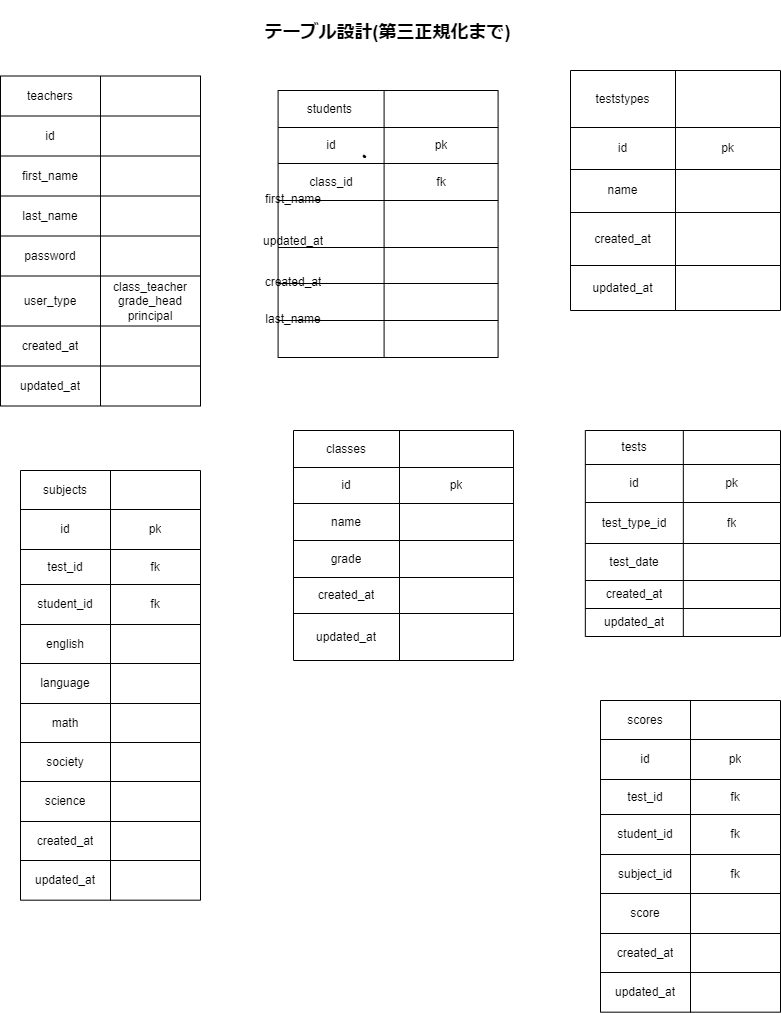
This is DB.drawio.png from Kroro1208/grade-management-app, a draw.io export, as it was before one commit. Source tidied: cells renumbered, new cells last; positions are measured from the earlier drawing's top-left corner, leaving out a move shared by most shapes.
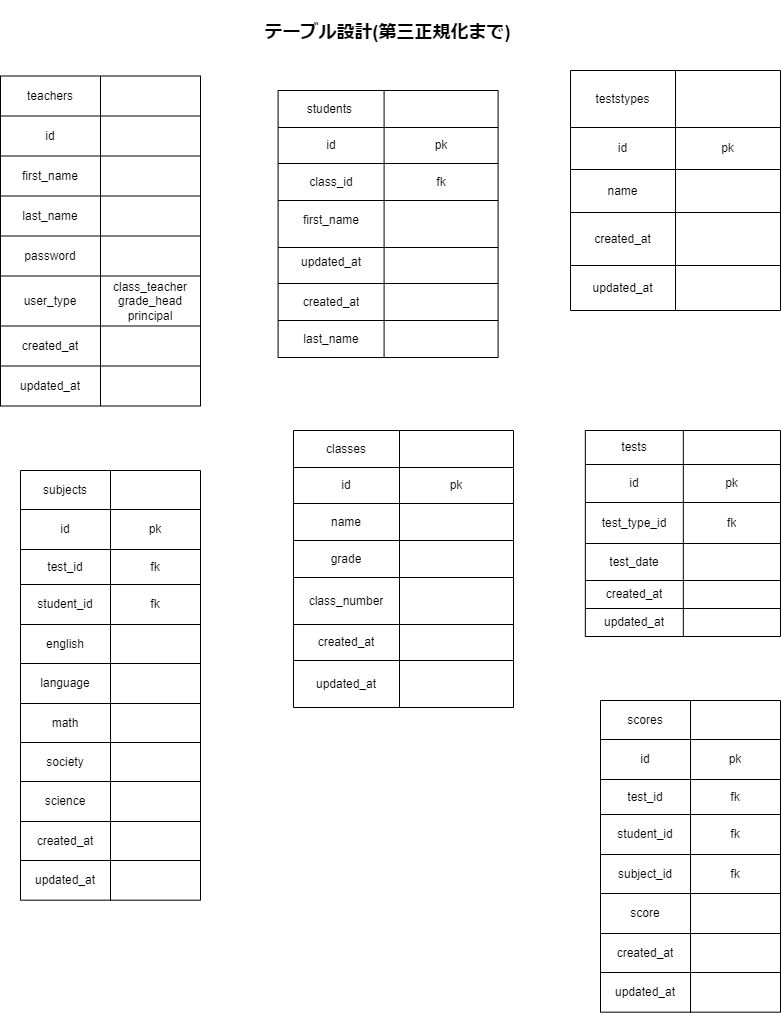
Later version of the same file.

What changed in the source:
```diff
@@ -125,9 +125,6 @@
     <mxCell id="42" style="shape=partialRectangle;html=1;whiteSpace=wrap;overflow=hidden;fillColor=none;top=0;left=0;bottom=0;right=0;" parent="40" vertex="1">
       <mxGeometry x="98" width="97" height="28" as="geometry" />
     </mxCell>
-    <mxCell id="43" style="shape=(stored shape, 640 characters);lineShape=1;" parent="1" vertex="1">
-      <mxGeometry x="362.7" y="154.5" width="2.5" height="2.5" as="geometry" />
-    </mxCell>
     <mxCell id="44" style="shape=table;startSize=0;" parent="1" vertex="1">
       <mxGeometry x="570" y="70" width="210" height="240" as="geometry" />
     </mxCell>
@@ -357,7 +354,7 @@
       <mxGeometry x="100" width="100" height="40" as="geometry" />
     </mxCell>
     <mxCell id="120" style="shape=table;startSize=0;" parent="1" vertex="1">
-      <mxGeometry x="293" y="430" width="220" height="230" as="geometry" />
+      <mxGeometry x="293" y="430" width="220" height="277" as="geometry" />
     </mxCell>
     <mxCell id="121" style="shape=tableRow;horizontal=0;startSize=0;swimlaneHead=0;swimlaneBody=0;top=0;left=0;bottom=0;right=0;fillColor=none;" parent="120" vertex="1">
       <mxGeometry width="220" height="37" as="geometry" />
@@ -395,8 +392,17 @@
     <mxCell id="132" style="shape=partialRectangle;html=1;whiteSpace=wrap;overflow=hidden;fillColor=none;top=0;left=0;bottom=0;right=0;" parent="130" vertex="1">
       <mxGeometry x="106" width="114" height="37" as="geometry" />
     </mxCell>
+    <mxCell id="172" style="shape=tableRow;horizontal=0;startSize=0;swimlaneHead=0;swimlaneBody=0;top=0;left=0;bottom=0;right=0;fillColor=none;" parent="120" vertex="1">
+      <mxGeometry y="147" width="220" height="47" as="geometry" />
+    </mxCell>
+    <mxCell id="173" value="class_number" style="shape=partialRectangle;html=1;whiteSpace=wrap;overflow=hidden;fillColor=none;top=0;left=0;bottom=0;right=0;" parent="172" vertex="1">
+      <mxGeometry width="106" height="47" as="geometry" />
+    </mxCell>
+    <mxCell id="174" style="shape=partialRectangle;html=1;whiteSpace=wrap;overflow=hidden;fillColor=none;top=0;left=0;bottom=0;right=0;" parent="172" vertex="1">
+      <mxGeometry x="106" width="114" height="47" as="geometry" />
+    </mxCell>
     <mxCell id="133" style="shape=tableRow;horizontal=0;startSize=0;swimlaneHead=0;swimlaneBody=0;top=0;left=0;bottom=0;right=0;fillColor=none;" parent="120" vertex="1">
-      <mxGeometry y="147" width="220" height="36" as="geometry" />
+      <mxGeometry y="194" width="220" height="36" as="geometry" />
     </mxCell>
     <mxCell id="134" value="created_at" style="shape=partialRectangle;html=1;whiteSpace=wrap;overflow=hidden;fillColor=none;top=0;left=0;bottom=0;right=0;" parent="133" vertex="1">
       <mxGeometry width="106" height="36" as="geometry" />
@@ -405,7 +411,7 @@
       <mxGeometry x="106" width="114" height="36" as="geometry" />
     </mxCell>
     <mxCell id="136" style="shape=tableRow;horizontal=0;startSize=0;swimlaneHead=0;swimlaneBody=0;top=0;left=0;bottom=0;right=0;fillColor=none;" parent="120" vertex="1">
-      <mxGeometry y="183" width="220" height="47" as="geometry" />
+      <mxGeometry y="230" width="220" height="47" as="geometry" />
     </mxCell>
     <mxCell id="137" value="updated_at" style="shape=partialRectangle;html=1;whiteSpace=wrap;overflow=hidden;fillColor=none;top=0;left=0;bottom=0;right=0;" parent="136" vertex="1">
       <mxGeometry width="106" height="47" as="geometry" />
@@ -413,26 +419,20 @@
     <mxCell id="138" style="shape=partialRectangle;html=1;whiteSpace=wrap;overflow=hidden;fillColor=none;top=0;left=0;bottom=0;right=0;" parent="136" vertex="1">
       <mxGeometry x="106" width="114" height="47" as="geometry" />
     </mxCell>
-    <mxCell id="139" value="first_name" style="shape=partialRectangle;html=1;whiteSpace=wrap;overflow=hidden;fillColor=none;top=0;left=0;bottom=0;right=0;" parent="1" vertex="1">
-      <mxGeometry x="240" y="180" width="106" height="37" as="geometry" />
-    </mxCell>
     <mxCell id="140" style="shape=partialRectangle;html=1;whiteSpace=wrap;overflow=hidden;fillColor=none;top=0;left=0;bottom=0;right=0;" parent="1" vertex="1">
       <mxGeometry x="346" y="180" width="114" height="37" as="geometry" />
     </mxCell>
-    <mxCell id="141" value="updated_at" style="shape=partialRectangle;html=1;whiteSpace=wrap;overflow=hidden;fillColor=none;top=0;left=0;bottom=0;right=0;" parent="1" vertex="1">
-      <mxGeometry x="240" y="217" width="106" height="47" as="geometry" />
-    </mxCell>
     <mxCell id="142" style="shape=partialRectangle;html=1;whiteSpace=wrap;overflow=hidden;fillColor=none;top=0;left=0;bottom=0;right=0;" parent="1" vertex="1">
       <mxGeometry x="346" y="217" width="114" height="47" as="geometry" />
     </mxCell>
     <mxCell id="143" value="created_at" style="shape=partialRectangle;html=1;whiteSpace=wrap;overflow=hidden;fillColor=none;top=0;left=0;bottom=0;right=0;" parent="1" vertex="1">
-      <mxGeometry x="240" y="264" width="106" height="36" as="geometry" />
+      <mxGeometry x="277.6" y="284" width="106" height="36" as="geometry" />
     </mxCell>
     <mxCell id="144" style="shape=partialRectangle;html=1;whiteSpace=wrap;overflow=hidden;fillColor=none;top=0;left=0;bottom=0;right=0;" parent="1" vertex="1">
       <mxGeometry x="346" y="264" width="114" height="36" as="geometry" />
     </mxCell>
     <mxCell id="145" value="last_name" style="shape=partialRectangle;html=1;whiteSpace=wrap;overflow=hidden;fillColor=none;top=0;left=0;bottom=0;right=0;" parent="1" vertex="1">
-      <mxGeometry x="240" y="300" width="106" height="37" as="geometry" />
+      <mxGeometry x="277.6" y="320" width="106" height="37" as="geometry" />
     </mxCell>
     <mxCell id="146" style="shape=partialRectangle;html=1;whiteSpace=wrap;overflow=hidden;fillColor=none;top=0;left=0;bottom=0;right=0;" parent="1" vertex="1">
       <mxGeometry x="346" y="300" width="114" height="37" as="geometry" />
@@ -512,5 +512,11 @@
     <mxCell id="171" style="shape=partialRectangle;html=1;whiteSpace=wrap;overflow=hidden;fillColor=none;top=0;left=0;bottom=0;right=0;" parent="169" vertex="1">
       <mxGeometry x="90" width="90" height="40" as="geometry" />
     </mxCell>
+    <mxCell id="139" value="first_name" style="shape=partialRectangle;html=1;whiteSpace=wrap;overflow=hidden;fillColor=none;top=0;left=0;bottom=0;right=0;" parent="1" vertex="1">
+      <mxGeometry x="277.6" y="201.5" width="106" height="37" as="geometry" />
+    </mxCell>
+    <mxCell id="141" value="updated_at" style="shape=partialRectangle;html=1;whiteSpace=wrap;overflow=hidden;fillColor=none;top=0;left=0;bottom=0;right=0;" parent="1" vertex="1">
+      <mxGeometry x="277.6" y="238.5" width="106" height="47" as="geometry" />
+    </mxCell>
   </root>
 </mxGraphModel>
```
